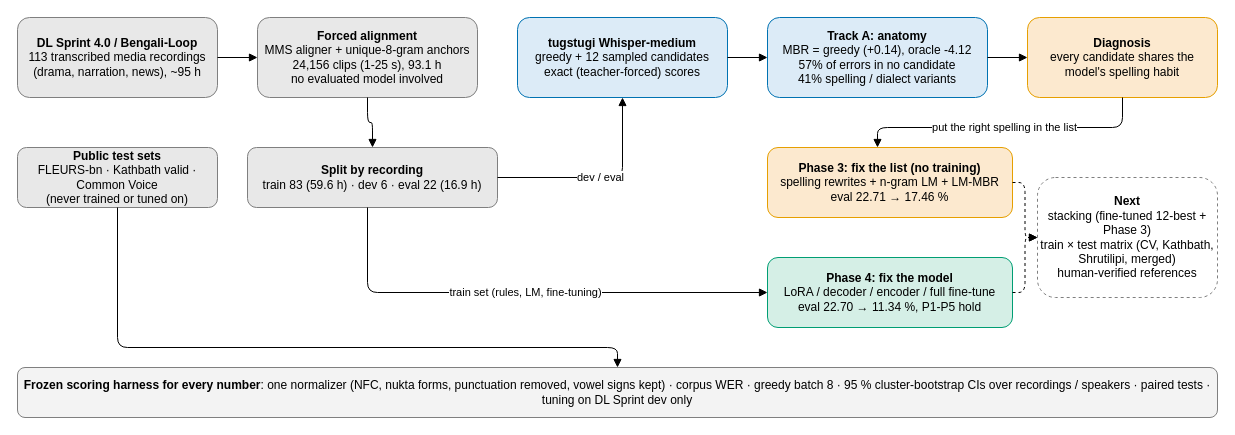
Above: figures/pipeline_overview.drawio in omikhan4901/asr (draw.io), before the change. Source tidied: cells renumbered, new cells numbered last; positions are measured from the earlier drawing's top-left corner, leaving out a move shared by most shapes. Both pictures are drawn from the tidied source at 100%, with x=0, y=0 at pixel (17, 17).
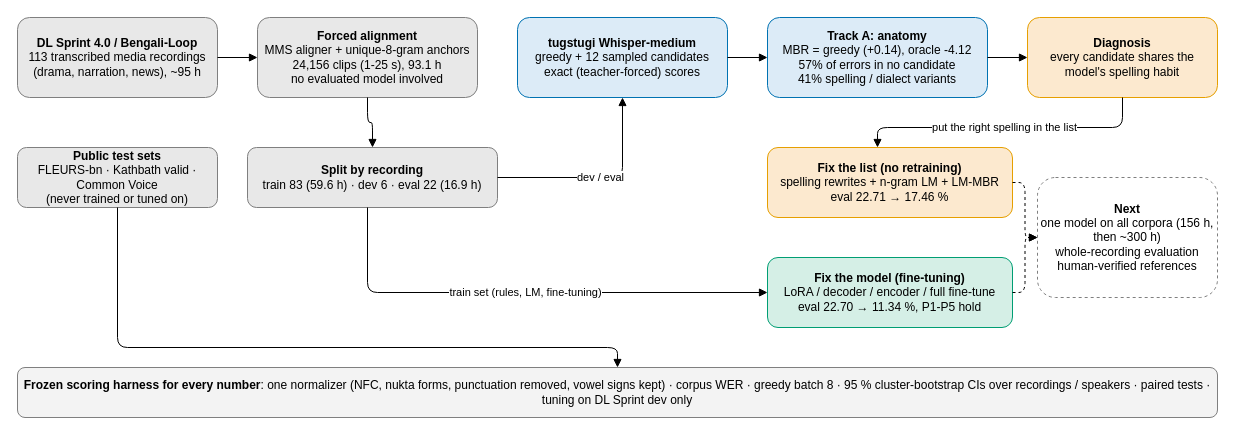
The same diagram, later.

What changed in the source:
```diff
@@
-    <mxCell id="9" value="&lt;b&gt;Phase 3: fix the list (no training)&lt;/b&gt;&lt;br&gt;spelling rewrites + n-gram LM + LM-MBR&lt;br&gt;eval 22.71 → 17.46 %" style="rounded=1;whiteSpace=wrap;html=1;fillColor=#FCE9CF;strokeColor=#E69F00;fontSize=12;" parent="1" vertex="1">
+    <mxCell id="9" value="&lt;b&gt;Fix the list (no retraining)&lt;/b&gt;&lt;br&gt;spelling rewrites + n-gram LM + LM-MBR&lt;br&gt;eval 22.71 → 17.46 %" style="rounded=1;whiteSpace=wrap;html=1;fillColor=#FCE9CF;strokeColor=#E69F00;fontSize=12;" parent="1" vertex="1">
       <mxGeometry x="750" y="130" width="245" height="70" as="geometry" />
     </mxCell>
-    <mxCell id="10" value="&lt;b&gt;Phase 4: fix the model&lt;/b&gt;&lt;br&gt;LoRA / decoder / encoder / full fine-tune&lt;br&gt;eval 22.70 → 11.34 %, P1-P5 hold" style="rounded=1;whiteSpace=wrap;html=1;fillColor=#D5EFE6;strokeColor=#009E73;fontSize=12;" parent="1" vertex="1">
+    <mxCell id="10" value="&lt;b&gt;Fix the model (fine-tuning)&lt;/b&gt;&lt;br&gt;LoRA / decoder / encoder / full fine-tune&lt;br&gt;eval 22.70 → 11.34 %, P1-P5 hold" style="rounded=1;whiteSpace=wrap;html=1;fillColor=#D5EFE6;strokeColor=#009E73;fontSize=12;" parent="1" vertex="1">
       <mxGeometry x="750" y="240" width="245" height="70" as="geometry" />
     </mxCell>
-    <mxCell id="11" value="&lt;b&gt;Next&lt;/b&gt;&lt;br&gt;stacking (fine-tuned 12-best + Phase 3)&lt;br&gt;train × test matrix (CV, Kathbath, Shrutilipi, merged)&lt;br&gt;human-verified references" style="rounded=1;whiteSpace=wrap;html=1;dashed=1;fillColor=#FFFFFF;strokeColor=#7F7F7F;fontSize=12;" parent="1" vertex="1">
+    <mxCell id="11" value="&lt;b&gt;Next&lt;/b&gt;&lt;br&gt;one model on all corpora (156 h, then ~300 h)&lt;br&gt;whole-recording evaluation&lt;br&gt;human-verified references" style="rounded=1;whiteSpace=wrap;html=1;dashed=1;fillColor=#FFFFFF;strokeColor=#7F7F7F;fontSize=12;" parent="1" vertex="1">
       <mxGeometry x="1020" y="160" width="180" height="120" as="geometry" />
     </mxCell>
```
